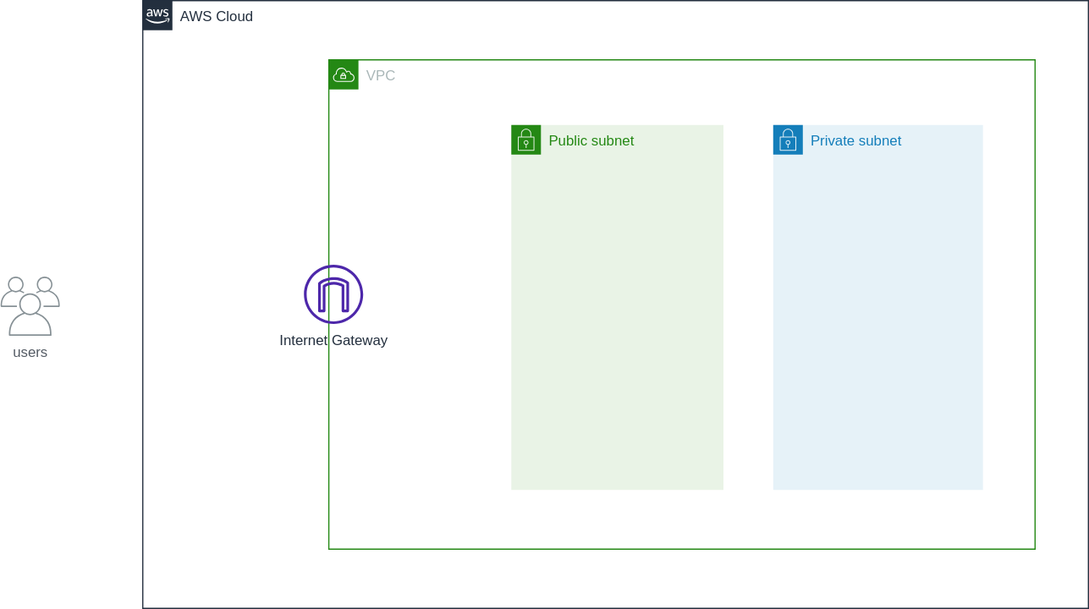
This is infrastructure/workspaces/ec2-dual-eni/overview.drawio.svg from ishiharatma/aws-cdk-reference-architectures, a draw.io export, as it was before one commit. Source tidied: cells renumbered, new cells last; positions are measured from the earlier drawing's top-left corner, leaving out a move shared by most shapes.
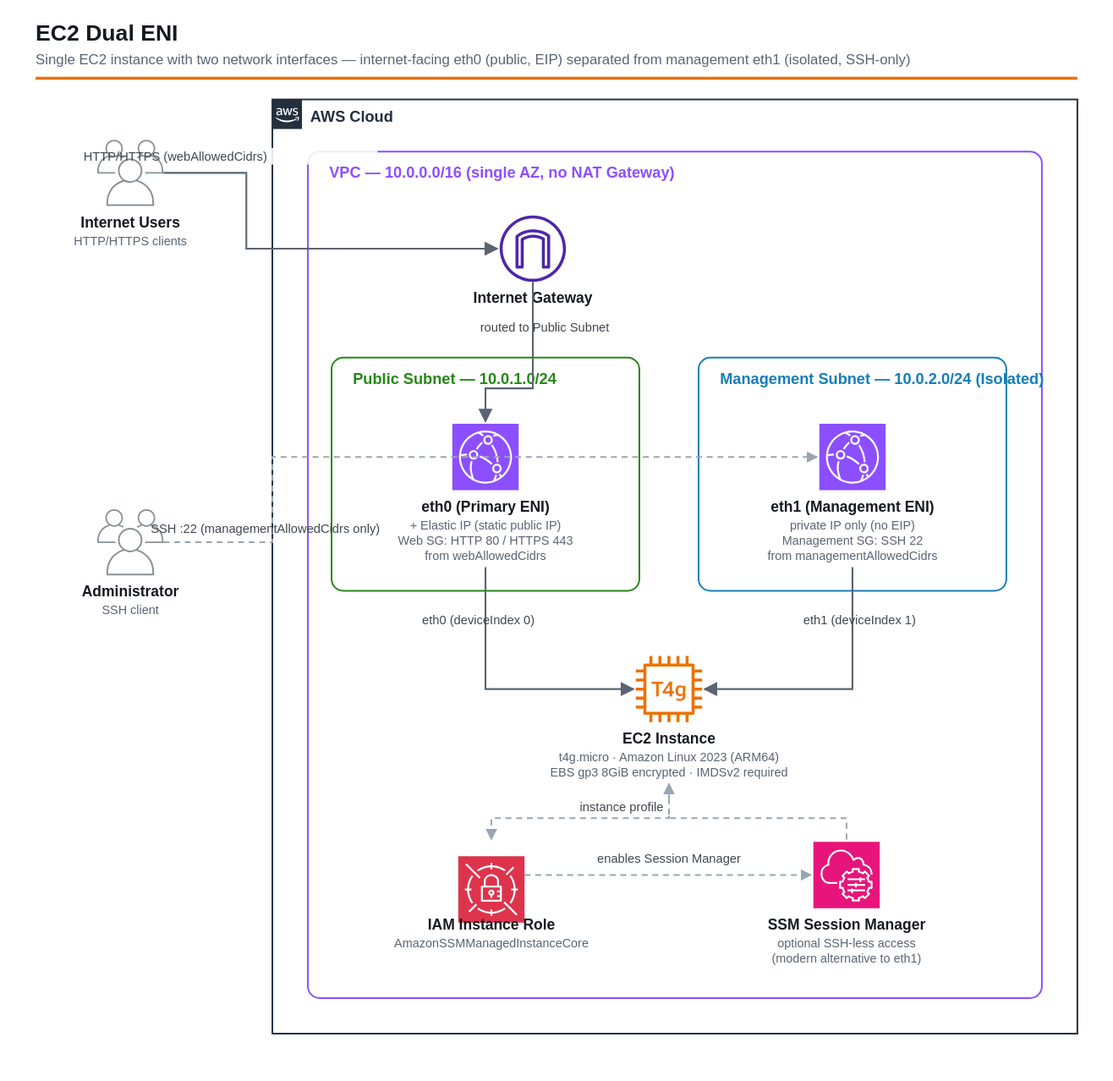
The same file after the commit.

The edit, as a diff of the source:
```diff
@@ -2,23 +2,74 @@
   <root>
     <mxCell id="0" />
     <mxCell id="1" parent="0" />
+    <mxCell id="8" value="EC2 Dual ENI" style="text;html=1;strokeColor=none;fillColor=none;align=left;verticalAlign=middle;whiteSpace=wrap;rounded=0;fontSize=19;fontStyle=1;fontColor=#16191F;" parent="1" vertex="1">
+      <mxGeometry x="-6" y="-74" width="880" height="28" as="geometry" />
+    </mxCell>
+    <mxCell id="9" value="Single EC2 instance with two network interfaces — internet-facing eth0 (public, EIP) separated from management eth1 (isolated, SSH-only)" style="text;html=1;strokeColor=none;fillColor=none;align=left;verticalAlign=middle;whiteSpace=wrap;rounded=0;fontSize=12;fontStyle=0;fontColor=#5A6472;" parent="1" vertex="1">
+      <mxGeometry x="-6" y="-46" width="880" height="18" as="geometry" />
+    </mxCell>
+    <mxCell id="10" style="rounded=0;whiteSpace=wrap;html=1;fillColor=#ED7100;strokeColor=none;" parent="1" vertex="1">
+      <mxGeometry x="-6" y="-22" width="880" height="2.5" as="geometry" />
+    </mxCell>
     <mxCell id="2" value="AWS Cloud" style="gradientColor=none;html=1;whiteSpace=wrap;fontSize=12;fontStyle=0;shape=mxgraph.aws4.group;grIcon=mxgraph.aws4.group_aws_cloud_alt;strokeColor=#232F3E;fillColor=none;verticalAlign=top;align=left;spacingLeft=30;fontColor=#232F3E;dashed=0;" parent="1" vertex="1">
-      <mxGeometry x="120" width="798" height="513" as="geometry" />
+      <mxGeometry x="194" y="-4" width="680" height="789" as="geometry" />
     </mxCell>
-    <mxCell id="3" value="VPC" style="gradientColor=none;html=1;whiteSpace=wrap;fontSize=12;fontStyle=0;shape=mxgraph.aws4.group;grIcon=mxgraph.aws4.group_vpc;strokeColor=#248814;fillColor=none;verticalAlign=top;align=left;spacingLeft=30;fontColor=#AAB7B8;dashed=0;" parent="2" vertex="1">
-      <mxGeometry x="157" y="50" width="596" height="413" as="geometry" />
-    </mxCell>
-    <mxCell id="4" value="Private subnet" style="gradientColor=none;html=1;whiteSpace=wrap;fontSize=12;fontStyle=0;shape=mxgraph.aws4.group;grIcon=mxgraph.aws4.group_security_group;grStroke=0;strokeColor=#147EBA;fillColor=#E6F2F8;verticalAlign=top;align=left;spacingLeft=30;fontColor=#147EBA;dashed=0;" parent="3" vertex="1">
-      <mxGeometry x="375" y="55" width="177" height="308" as="geometry" />
-    </mxCell>
+    <mxCell id="11" value="VPC — 10.0.0.0/16 (single AZ, no NAT Gateway)" style="rounded=1;whiteSpace=wrap;html=1;fillColor=none;strokeColor=#8C4FFF;verticalAlign=top;align=left;spacingLeft=10;spacingTop=6;fontSize=13;fontStyle=1;fontColor=#8C4FFF;dashed=0;" parent="1" vertex="1">
+      <mxGeometry x="224" y="40" width="620" height="715" as="geometry" />
+    </mxCell>
+    <mxCell id="12" value="Public Subnet — 10.0.1.0/24" style="rounded=1;whiteSpace=wrap;html=1;fillColor=none;strokeColor=#248814;verticalAlign=top;align=left;spacingLeft=10;spacingTop=6;fontSize=13;fontStyle=1;fontColor=#248814;dashed=0;" parent="1" vertex="1">
+      <mxGeometry x="244" y="214" width="260" height="197" as="geometry" />
+    </mxCell>
+    <mxCell id="13" value="Management Subnet — 10.0.2.0/24 (Isolated)" style="rounded=1;whiteSpace=wrap;html=1;fillColor=none;strokeColor=#147EBA;verticalAlign=top;align=left;spacingLeft=10;spacingTop=6;fontSize=13;fontStyle=1;fontColor=#147EBA;dashed=0;" parent="1" vertex="1">
+      <mxGeometry x="554" y="214" width="260" height="197" as="geometry" />
+    </mxCell>
+    <mxCell id="14" value="Internet Users" style="sketch=0;outlineConnect=0;fontColor=#232F3E;gradientColor=none;fillColor=#879196;strokeColor=none;dashed=0;verticalLabelPosition=bottom;verticalAlign=top;align=center;html=1;fontSize=12;fontStyle=0;shape=mxgraph.aws4.illustration_users;" parent="1" vertex="1">
+      <mxGeometry x="46" y="30" width="56" height="56" as="geometry" />
+    </mxCell>
+    <mxCell id="15" value="Administrator" style="sketch=0;outlineConnect=0;fontColor=#232F3E;gradientColor=none;fillColor=#879196;strokeColor=none;dashed=0;verticalLabelPosition=bottom;verticalAlign=top;align=center;html=1;fontSize=12;fontStyle=0;shape=mxgraph.aws4.illustration_users;" parent="1" vertex="1">
+      <mxGeometry x="46" y="342" width="56" height="56" as="geometry" />
+    </mxCell>
+    <mxCell id="16" value="Internet Gateway" style="sketch=0;outlineConnect=0;fontColor=#232F3E;gradientColor=none;fillColor=#4D27AA;strokeColor=none;dashed=0;verticalLabelPosition=bottom;verticalAlign=top;align=center;html=1;fontSize=12;fontStyle=0;shape=mxgraph.aws4.internet_gateway;" parent="1" vertex="1">
+      <mxGeometry x="386" y="94" width="56" height="56" as="geometry" />
+    </mxCell>
-    <mxCell id="5" value="Public subnet" style="points=[[0,0],[0.25,0],[0.5,0],[0.75,0],[1,0],[1,0.25],[1,0.5],[1,0.75],[1,1],[0.75,1],[0.5,1],[0.25,1],[0,1],[0,0.75],[0,0.5],[0,0.25]];outlineConnect=0;gradientColor=none;html=1;whiteSpace=wrap;fontSize=12;fontStyle=0;shape=mxgraph.aws4.group;grIcon=mxgraph.aws4.group_security_group;grStroke=0;strokeColor=#248814;fillColor=#E9F3E6;verticalAlign=top;align=left;spacingLeft=30;fontColor=#248814;dashed=0;" parent="3" vertex="1">
-      <mxGeometry x="154" y="55" width="179" height="308" as="geometry" />
+    <mxCell id="5" value="eth0 (Primary ENI)" style="sketch=0;outlineConnect=0;fontColor=#232F3E;gradientColor=none;fillColor=#8C4FFF;strokeColor=none;dashed=0;verticalLabelPosition=bottom;verticalAlign=top;align=center;html=1;fontSize=12;fontStyle=0;shape=mxgraph.aws4.elastic_network_interface;" parent="1" vertex="1">
+      <mxGeometry x="346" y="270" width="56" height="56" as="geometry" />
     </mxCell>
-    <mxCell id="6" value="Internet Gateway" style="sketch=0;outlineConnect=0;fontColor=#232F3E;gradientColor=none;fillColor=#4D27AA;strokeColor=none;dashed=0;verticalLabelPosition=bottom;verticalAlign=top;align=center;html=1;fontSize=12;fontStyle=0;shape=mxgraph.aws4.internet_gateway;" parent="3" vertex="1">
-      <mxGeometry x="-21" y="173" width="50" height="50" as="geometry" />
+    <mxCell id="6" value="eth1 (Management ENI)" style="sketch=0;outlineConnect=0;fontColor=#232F3E;gradientColor=none;fillColor=#8C4FFF;strokeColor=none;dashed=0;verticalLabelPosition=bottom;verticalAlign=top;align=center;html=1;fontSize=12;fontStyle=0;shape=mxgraph.aws4.elastic_network_interface;" parent="1" vertex="1">
+      <mxGeometry x="656" y="270" width="56" height="56" as="geometry" />
     </mxCell>
-    <mxCell id="7" value="users" style="sketch=0;outlineConnect=0;gradientColor=none;fontColor=#545B64;strokeColor=none;fillColor=#879196;dashed=0;verticalLabelPosition=bottom;verticalAlign=top;align=center;html=1;fontSize=12;fontStyle=0;shape=mxgraph.aws4.illustration_users;" parent="1" vertex="1">
-      <mxGeometry y="233" width="50" height="50" as="geometry" />
+    <mxCell id="7" value="EC2 Instance" style="sketch=0;outlineConnect=0;fontColor=#232F3E;gradientColor=none;fillColor=#ED7100;strokeColor=none;dashed=0;verticalLabelPosition=bottom;verticalAlign=top;align=center;html=1;fontSize=12;fontStyle=0;shape=mxgraph.aws4.t4g_instance;" parent="1" vertex="1">
+      <mxGeometry x="501" y="466" width="56" height="56" as="geometry" />
     </mxCell>
+    <mxCell id="17" value="IAM Instance Role" style="sketch=0;points=[[0,0,0],[0.25,0,0],[0.5,0,0],[0.75,0,0],[1,0,0],[0,1,0],[0.25,1,0],[0.5,1,0],[0.75,1,0],[1,1,0],[0,0.25,0],[0,0.5,0],[0,0.75,0],[1,0.25,0],[1,0.5,0],[1,0.75,0]];outlineConnect=0;fontColor=#232F3E;fillColor=#DD344C;strokeColor=#ffffff;dashed=0;verticalLabelPosition=bottom;verticalAlign=top;align=center;html=1;fontSize=12;fontStyle=0;shape=mxgraph.aws4.resourceIcon;resIcon=mxgraph.aws4.role;" parent="1" vertex="1">
+      <mxGeometry x="351" y="623" width="56" height="56" as="geometry" />
+    </mxCell>
+    <mxCell id="18" value="SSM Session Manager" style="sketch=0;points=[[0,0,0],[0.25,0,0],[0.5,0,0],[0.75,0,0],[1,0,0],[0,1,0],[0.25,1,0],[0.5,1,0],[0.75,1,0],[1,1,0],[0,0.25,0],[0,0.5,0],[0,0.75,0],[1,0.25,0],[1,0.5,0],[1,0.75,0]];outlineConnect=0;fontColor=#232F3E;fillColor=#E7157B;strokeColor=#ffffff;dashed=0;verticalLabelPosition=bottom;verticalAlign=top;align=center;html=1;fontSize=12;fontStyle=0;shape=mxgraph.aws4.resourceIcon;resIcon=mxgraph.aws4.systems_manager;" parent="1" vertex="1">
+      <mxGeometry x="651" y="623" width="56" height="56" as="geometry" />
+    </mxCell>
+    <mxCell id="19" value="HTTP/HTTPS (webAllowedCidrs)" style="edgeStyle=orthogonalEdgeStyle;rounded=0;html=1;fontSize=10;endArrow=block;endFill=1;strokeColor=#5A6472;" parent="1" edge="1" source="14" target="16">
+      <mxGeometry relative="1" as="geometry" />
+    </mxCell>
+    <mxCell id="20" value="routed to Public Subnet" style="edgeStyle=orthogonalEdgeStyle;rounded=0;html=1;fontSize=10;endArrow=block;endFill=1;strokeColor=#5A6472;" parent="1" edge="1" source="16" target="5">
+      <mxGeometry relative="1" as="geometry" />
+    </mxCell>
+    <mxCell id="21" value="eth0 (deviceIndex 0)" style="edgeStyle=orthogonalEdgeStyle;rounded=0;html=1;fontSize=10;endArrow=block;endFill=1;strokeColor=#5A6472;" parent="1" edge="1" source="5" target="7">
+      <mxGeometry relative="1" as="geometry" />
+    </mxCell>
+    <mxCell id="22" value="eth1 (deviceIndex 1)" style="edgeStyle=orthogonalEdgeStyle;rounded=0;html=1;fontSize=10;endArrow=block;endFill=1;strokeColor=#5A6472;" parent="1" edge="1" source="6" target="7">
+      <mxGeometry relative="1" as="geometry" />
+    </mxCell>
+    <mxCell id="23" value="SSH :22 (managementAllowedCidrs only)" style="edgeStyle=orthogonalEdgeStyle;rounded=0;html=1;fontSize=10;endArrow=block;endFill=1;strokeColor=#9AA5B1;dashed=1;" parent="1" edge="1" source="15" target="6">
+      <mxGeometry relative="1" as="geometry" />
+    </mxCell>
+    <mxCell id="24" value="instance profile" style="edgeStyle=orthogonalEdgeStyle;rounded=0;html=1;fontSize=10;endArrow=block;endFill=1;strokeColor=#9AA5B1;dashed=1;" parent="1" edge="1" source="7" target="17">
+      <mxGeometry relative="1" as="geometry" />
+    </mxCell>
+    <mxCell id="25" value="enables Session Manager" style="edgeStyle=orthogonalEdgeStyle;rounded=0;html=1;fontSize=10;endArrow=block;endFill=1;strokeColor=#9AA5B1;dashed=1;" parent="1" edge="1" source="17" target="18">
+      <mxGeometry relative="1" as="geometry" />
+    </mxCell>
+    <mxCell id="26" style="edgeStyle=orthogonalEdgeStyle;rounded=0;html=1;fontSize=10;endArrow=block;endFill=1;strokeColor=#9AA5B1;dashed=1;" parent="1" edge="1" source="18" target="7">
+      <mxGeometry relative="1" as="geometry" />
+    </mxCell>
   </root>
 </mxGraphModel>
```
